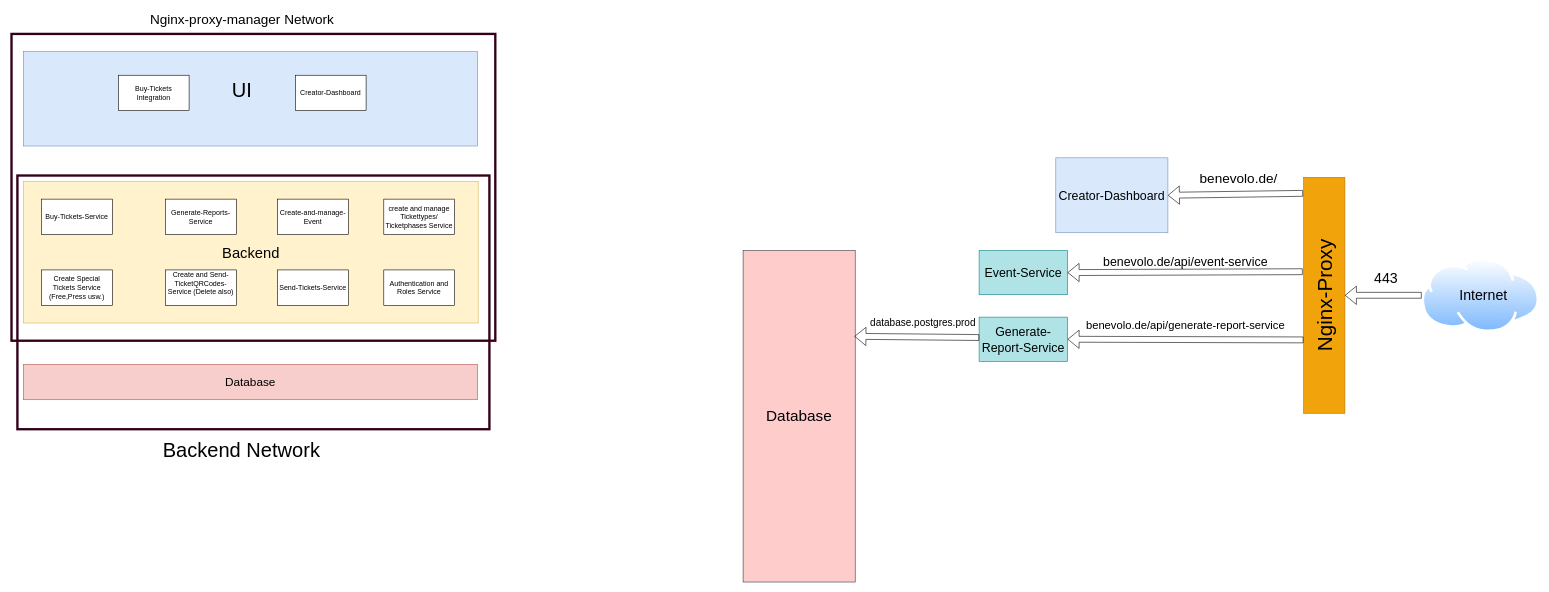
Earlier version of the draw.io diagram benevolo_architecture.drawio (thi24/architecture). Source tidied: cells renumbered, new cells numbered last; positions are measured from the earlier drawing's top-left corner, leaving out a move shared by most shapes. Both pictures are drawn from the tidied source at 59%, with x=0, y=0 at pixel (11, 10).
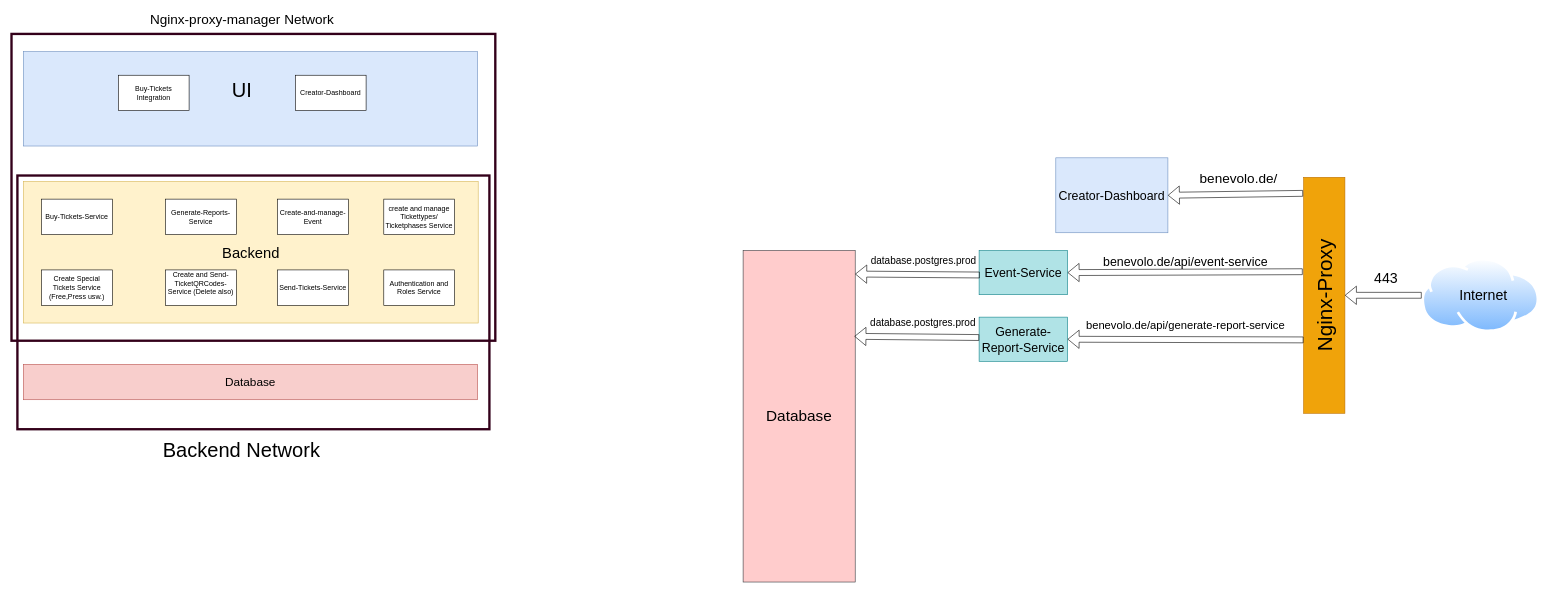
The same page after the edit.

Change to the diagram source:
```diff
@@
+    <mxCell id="38" style="shape=flexArrow;endArrow=classic;html=1;rounded=0;exitX=0;exitY=0.5;exitDx=0;exitDy=0;entryX=0.993;entryY=0.259;entryDx=0;entryDy=0;entryPerimeter=0;" parent="1" edge="1">
+      <mxGeometry relative="1" as="geometry">
+        <mxPoint x="1641" y="448.6" as="sourcePoint" />
+        <mxPoint x="1430" y="447" as="targetPoint" />
+      </mxGeometry>
+    </mxCell>
+    <mxCell id="39" value="&lt;font style=&quot;font-size: 17px;&quot;&gt;database.postgres.prod&lt;/font&gt;" style="text;html=1;align=center;verticalAlign=middle;whiteSpace=wrap;rounded=0;" parent="1" vertex="1">
+      <mxGeometry x="1451" y="410" width="190" height="30" as="geometry" />
+    </mxCell>
```
